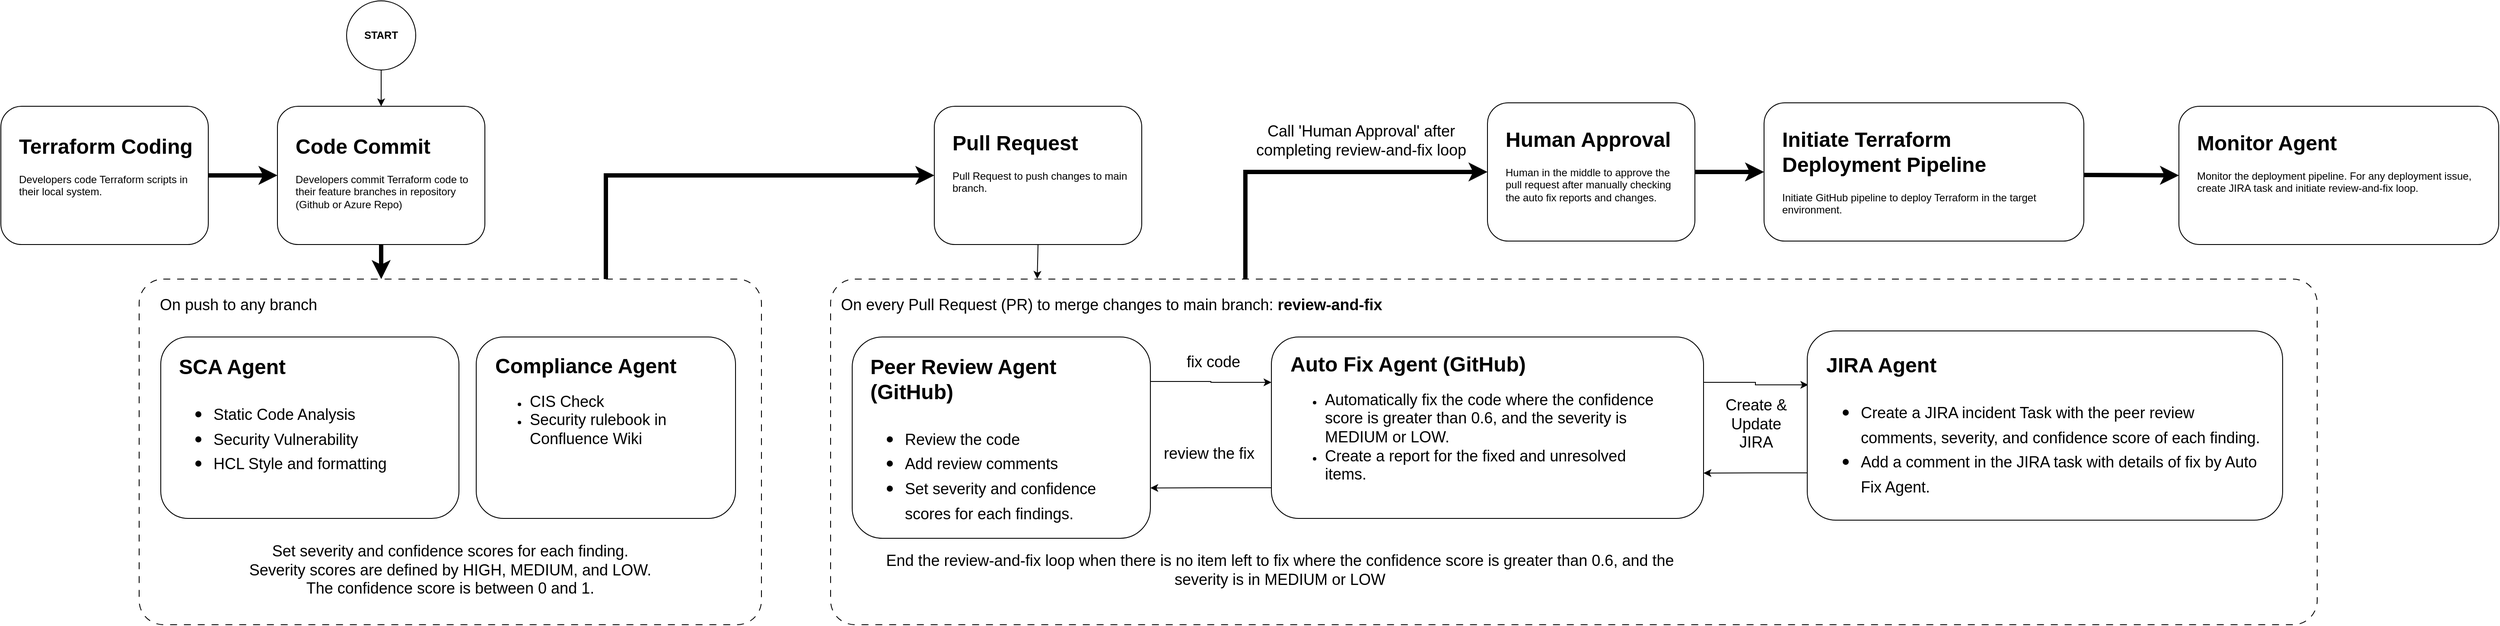
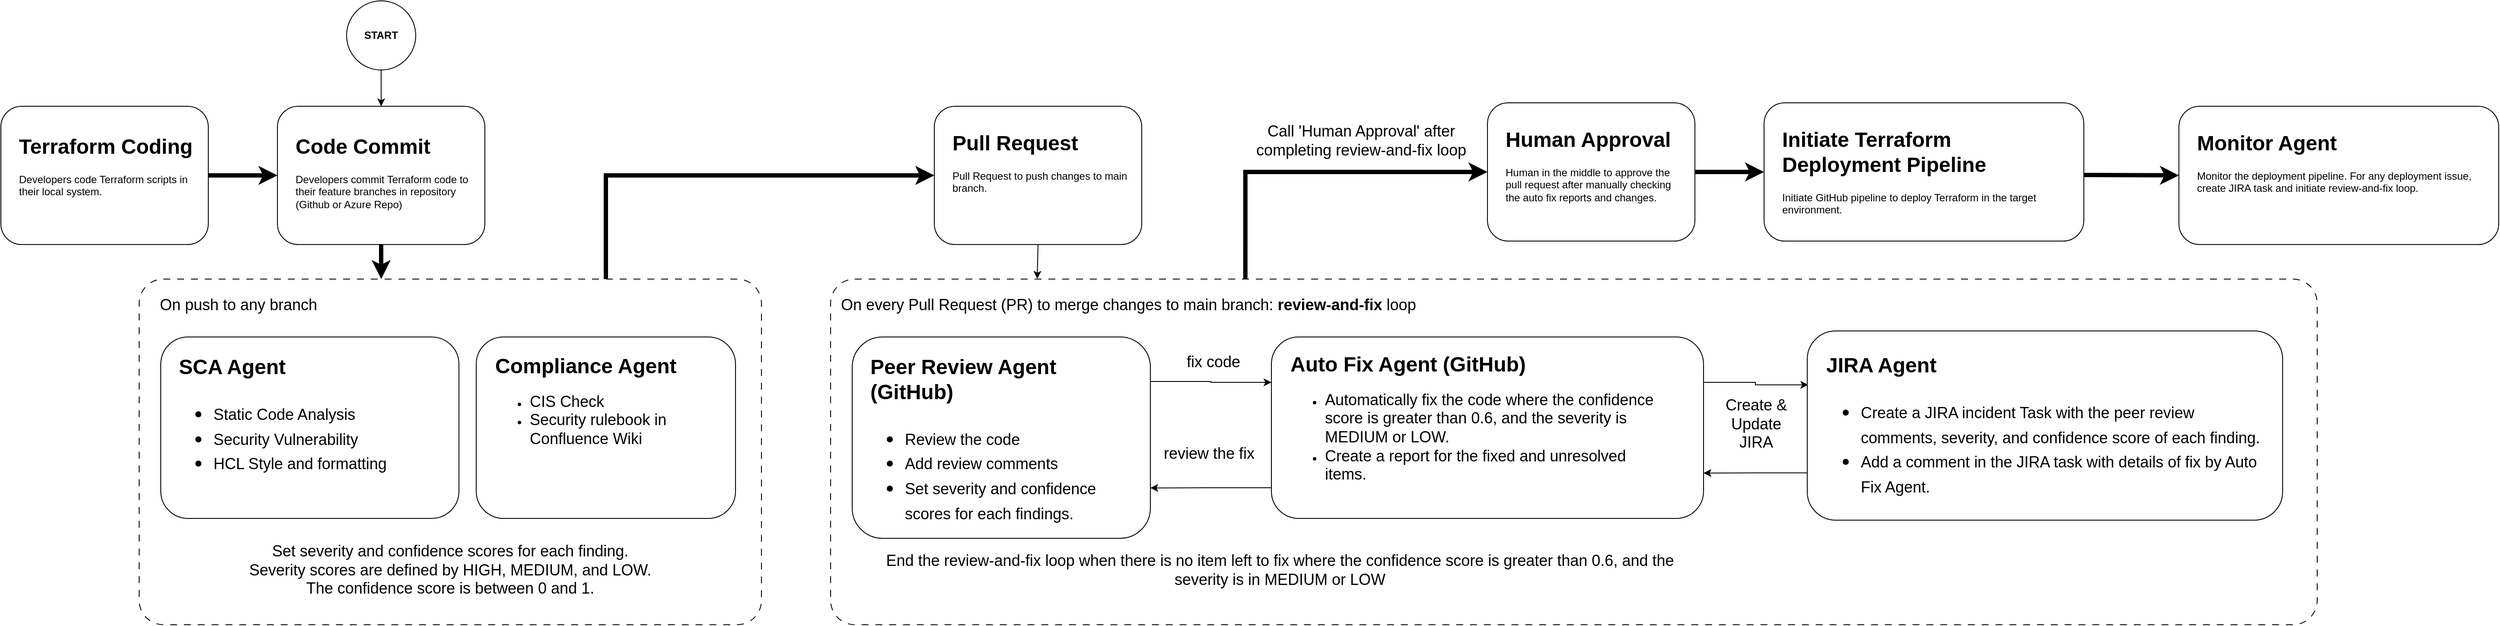
<mxfile host="app.diagrams.net">
  <diagram name="Page-1" id="llQ14HlxIDWXj9B5HY60">
    <mxGraphModel dx="1006" dy="638" grid="1" gridSize="10" guides="1" tooltips="1" connect="1" arrows="1" fold="1" page="1" pageScale="1" pageWidth="850" pageHeight="1100" math="0" shadow="0">
      <root>
        <mxCell id="0" />
        <mxCell id="1" parent="0" />
        <mxCell id="IWc9zJM8tDhvkjJ2dRjy-13" edge="1" parent="1" source="IWc9zJM8tDhvkjJ2dRjy-5" style="edgeStyle=orthogonalEdgeStyle;rounded=0;orthogonalLoop=1;jettySize=auto;html=1;entryX=0;entryY=0.5;entryDx=0;entryDy=0;exitX=0.75;exitY=0;exitDx=0;exitDy=0;strokeWidth=5;" target="IWc9zJM8tDhvkjJ2dRjy-1">
          <mxGeometry relative="1" as="geometry" />
        </mxCell>
        <mxCell id="oJW8UGhNAXkty13G2p3x-1" parent="1" style="rounded=1;whiteSpace=wrap;html=1;" value="" vertex="1">
          <mxGeometry height="160" width="240" x="440" y="200" as="geometry" />
        </mxCell>
        <mxCell id="oJW8UGhNAXkty13G2p3x-3" parent="1" style="text;html=1;whiteSpace=wrap;overflow=hidden;rounded=0;" value="&lt;h1 style=&quot;margin-top: 0px;&quot;&gt;Code Commit&lt;/h1&gt;&lt;p&gt;Developers commit Terraform code to their feature branches in repository (Github or Azure Repo)&lt;/p&gt;" vertex="1">
          <mxGeometry height="100" width="210" x="459" y="226" as="geometry" />
        </mxCell>
        <mxCell id="IWc9zJM8tDhvkjJ2dRjy-35" edge="1" parent="1" source="IWc9zJM8tDhvkjJ2dRjy-14" style="edgeStyle=orthogonalEdgeStyle;rounded=0;orthogonalLoop=1;jettySize=auto;html=1;entryX=0;entryY=0.5;entryDx=0;entryDy=0;exitX=0.279;exitY=0.025;exitDx=0;exitDy=0;exitPerimeter=0;strokeWidth=5;" target="IWc9zJM8tDhvkjJ2dRjy-33">
          <mxGeometry relative="1" as="geometry">
            <Array as="points">
              <mxPoint x="1560" y="276" />
            </Array>
          </mxGeometry>
        </mxCell>
        <mxCell id="IWc9zJM8tDhvkjJ2dRjy-1" parent="1" style="rounded=1;whiteSpace=wrap;html=1;" value="" vertex="1">
          <mxGeometry height="160" width="240" x="1200" y="200" as="geometry" />
        </mxCell>
        <mxCell id="IWc9zJM8tDhvkjJ2dRjy-2" parent="1" style="text;html=1;whiteSpace=wrap;overflow=hidden;rounded=0;" value="&lt;h1 style=&quot;margin-top: 0px;&quot;&gt;Pull Request&lt;/h1&gt;&lt;p&gt;Pull Request to push changes to main branch.&lt;/p&gt;" vertex="1">
          <mxGeometry height="100" width="210" x="1219" y="222" as="geometry" />
        </mxCell>
        <mxCell id="IWc9zJM8tDhvkjJ2dRjy-12" edge="1" parent="1" source="IWc9zJM8tDhvkjJ2dRjy-3" style="edgeStyle=orthogonalEdgeStyle;rounded=0;orthogonalLoop=1;jettySize=auto;html=1;exitX=1;exitY=0.5;exitDx=0;exitDy=0;entryX=0;entryY=0.5;entryDx=0;entryDy=0;strokeWidth=5;" target="oJW8UGhNAXkty13G2p3x-1">
          <mxGeometry relative="1" as="geometry" />
        </mxCell>
        <mxCell id="IWc9zJM8tDhvkjJ2dRjy-3" parent="1" style="rounded=1;whiteSpace=wrap;html=1;" value="" vertex="1">
          <mxGeometry height="160" width="240" x="120" y="200" as="geometry" />
        </mxCell>
        <mxCell id="IWc9zJM8tDhvkjJ2dRjy-4" parent="1" style="text;html=1;whiteSpace=wrap;overflow=hidden;rounded=0;" value="&lt;h1 style=&quot;margin-top: 0px;&quot;&gt;Terraform Coding&lt;/h1&gt;&lt;p&gt;Developers code Terraform scripts in their local system.&lt;/p&gt;" vertex="1">
          <mxGeometry height="100" width="210" x="139" y="226" as="geometry" />
        </mxCell>
        <mxCell id="IWc9zJM8tDhvkjJ2dRjy-5" parent="1" style="rounded=1;whiteSpace=wrap;html=1;arcSize=7;dashed=1;dashPattern=8 8;" value="" vertex="1">
          <mxGeometry height="400" width="720" x="280" y="400" as="geometry" />
        </mxCell>
        <mxCell id="IWc9zJM8tDhvkjJ2dRjy-6" parent="1" style="text;html=1;whiteSpace=wrap;strokeColor=none;fillColor=none;align=center;verticalAlign=middle;rounded=0;" value="&lt;font style=&quot;font-size: 18px;&quot;&gt;On push to any branch&lt;/font&gt;" vertex="1">
          <mxGeometry height="30" width="210" x="290" y="415" as="geometry" />
        </mxCell>
        <mxCell id="IWc9zJM8tDhvkjJ2dRjy-7" parent="1" style="rounded=1;whiteSpace=wrap;html=1;" value="" vertex="1">
          <mxGeometry height="210" width="345" x="305" y="467" as="geometry" />
        </mxCell>
        <mxCell id="IWc9zJM8tDhvkjJ2dRjy-8" parent="1" style="text;html=1;whiteSpace=wrap;overflow=hidden;rounded=0;" value="&lt;h1 style=&quot;margin-top: 0px;&quot;&gt;SCA Agent&lt;/h1&gt;&lt;h1 style=&quot;margin-top: 0px;&quot;&gt;&lt;p style=&quot;font-size: 12px; font-weight: 400;&quot;&gt;&lt;/p&gt;&lt;ul&gt;&lt;li&gt;&lt;span style=&quot;font-size: 18px; font-weight: normal;&quot;&gt;Static Code Analysis&lt;/span&gt;&lt;/li&gt;&lt;li&gt;&lt;span style=&quot;font-size: 18px; font-weight: normal;&quot;&gt;Security Vulnerability&lt;/span&gt;&lt;/li&gt;&lt;li&gt;&lt;span style=&quot;font-size: 18px; font-weight: normal;&quot;&gt;HCL Style and formatting&lt;/span&gt;&lt;/li&gt;&lt;/ul&gt;&lt;p&gt;&lt;/p&gt;&lt;/h1&gt;" vertex="1">
          <mxGeometry height="183" width="306" x="324" y="481" as="geometry" />
        </mxCell>
        <mxCell id="IWc9zJM8tDhvkjJ2dRjy-9" parent="1" style="rounded=1;whiteSpace=wrap;html=1;" value="" vertex="1">
          <mxGeometry height="210" width="300" x="670" y="467" as="geometry" />
        </mxCell>
        <mxCell id="IWc9zJM8tDhvkjJ2dRjy-10" parent="1" style="text;html=1;whiteSpace=wrap;overflow=hidden;rounded=0;" value="&lt;h1 style=&quot;margin-top: 0px;&quot;&gt;Compliance Agent&lt;/h1&gt;&lt;p&gt;&lt;/p&gt;&lt;ul&gt;&lt;li&gt;&lt;span style=&quot;font-size: 18px;&quot;&gt;CIS Check&lt;/span&gt;&lt;/li&gt;&lt;li&gt;&lt;span style=&quot;font-size: 18px;&quot;&gt;Security rulebook in Confluence Wiki&lt;/span&gt;&lt;/li&gt;&lt;/ul&gt;&lt;p&gt;&lt;/p&gt;" vertex="1">
          <mxGeometry height="180" width="269" x="690" y="480" as="geometry" />
        </mxCell>
        <mxCell id="IWc9zJM8tDhvkjJ2dRjy-11" edge="1" parent="1" source="oJW8UGhNAXkty13G2p3x-1" style="edgeStyle=orthogonalEdgeStyle;rounded=0;orthogonalLoop=1;jettySize=auto;html=1;exitX=0.5;exitY=1;exitDx=0;exitDy=0;entryX=0.389;entryY=0;entryDx=0;entryDy=0;entryPerimeter=0;strokeWidth=5;" target="IWc9zJM8tDhvkjJ2dRjy-5">
          <mxGeometry relative="1" as="geometry" />
        </mxCell>
        <mxCell id="IWc9zJM8tDhvkjJ2dRjy-14" parent="1" style="rounded=1;whiteSpace=wrap;html=1;arcSize=7;dashed=1;dashPattern=8 8;" value="" vertex="1">
          <mxGeometry height="400" width="1720" x="1080" y="400" as="geometry" />
        </mxCell>
-         <mxCell id="IWc9zJM8tDhvkjJ2dRjy-15" parent="1" style="text;html=1;whiteSpace=wrap;strokeColor=none;fillColor=none;align=left;verticalAlign=middle;rounded=0;" value="&lt;font style=&quot;font-size: 18px;&quot;&gt;On every Pull Request (PR) to merge changes to main branch: &lt;b&gt;review-and-fix&lt;/b&gt;&lt;/font&gt;" vertex="1">
+         <mxCell id="IWc9zJM8tDhvkjJ2dRjy-15" parent="1" style="text;html=1;whiteSpace=wrap;strokeColor=none;fillColor=none;align=left;verticalAlign=middle;rounded=0;" value="&lt;font style=&quot;font-size: 18px;&quot;&gt;On every Pull Request (PR) to merge changes to main branch: &lt;b&gt;review-and-fix &lt;/b&gt;loop&lt;/font&gt;" vertex="1">
          <mxGeometry height="30" width="740" x="1090" y="415" as="geometry" />
        </mxCell>
        <mxCell id="IWc9zJM8tDhvkjJ2dRjy-22" edge="1" parent="1" source="IWc9zJM8tDhvkjJ2dRjy-16" style="edgeStyle=orthogonalEdgeStyle;rounded=0;orthogonalLoop=1;jettySize=auto;html=1;exitX=1;exitY=0.221;exitDx=0;exitDy=0;entryX=0;entryY=0.25;entryDx=0;entryDy=0;exitPerimeter=0;" target="IWc9zJM8tDhvkjJ2dRjy-18">
          <mxGeometry relative="1" as="geometry" />
        </mxCell>
        <mxCell id="IWc9zJM8tDhvkjJ2dRjy-16" parent="1" style="rounded=1;whiteSpace=wrap;html=1;" value="" vertex="1">
          <mxGeometry height="233" width="345" x="1105" y="467" as="geometry" />
        </mxCell>
        <mxCell id="IWc9zJM8tDhvkjJ2dRjy-17" parent="1" style="text;html=1;whiteSpace=wrap;overflow=hidden;rounded=0;" value="&lt;h1 style=&quot;margin-top: 0px;&quot;&gt;Peer Review Agent (GitHub)&lt;/h1&gt;&lt;h1 style=&quot;margin-top: 0px;&quot;&gt;&lt;p style=&quot;font-size: 12px; font-weight: 400;&quot;&gt;&lt;/p&gt;&lt;ul&gt;&lt;li&gt;&lt;span style=&quot;font-size: 18px; font-weight: 400;&quot;&gt;Review the code&lt;/span&gt;&lt;/li&gt;&lt;li&gt;&lt;span style=&quot;font-size: 18px; font-weight: 400;&quot;&gt;Add review comments&lt;/span&gt;&lt;/li&gt;&lt;li&gt;&lt;span style=&quot;font-size: 18px; font-weight: 400;&quot;&gt;Set severity and confidence scores for each findings.&lt;/span&gt;&lt;/li&gt;&lt;/ul&gt;&lt;p&gt;&lt;/p&gt;&lt;/h1&gt;" vertex="1">
          <mxGeometry height="209" width="306" x="1124" y="481" as="geometry" />
        </mxCell>
        <mxCell id="IWc9zJM8tDhvkjJ2dRjy-23" edge="1" parent="1" source="IWc9zJM8tDhvkjJ2dRjy-18" style="edgeStyle=orthogonalEdgeStyle;rounded=0;orthogonalLoop=1;jettySize=auto;html=1;exitX=0;exitY=0.831;exitDx=0;exitDy=0;entryX=1;entryY=0.75;entryDx=0;entryDy=0;exitPerimeter=0;" target="IWc9zJM8tDhvkjJ2dRjy-16">
          <mxGeometry relative="1" as="geometry" />
        </mxCell>
        <mxCell id="IWc9zJM8tDhvkjJ2dRjy-31" edge="1" parent="1" source="IWc9zJM8tDhvkjJ2dRjy-18" style="edgeStyle=orthogonalEdgeStyle;rounded=0;orthogonalLoop=1;jettySize=auto;html=1;exitX=1;exitY=0.25;exitDx=0;exitDy=0;entryX=0.002;entryY=0.285;entryDx=0;entryDy=0;entryPerimeter=0;" target="IWc9zJM8tDhvkjJ2dRjy-27">
          <mxGeometry relative="1" as="geometry" />
        </mxCell>
        <mxCell id="IWc9zJM8tDhvkjJ2dRjy-18" parent="1" style="rounded=1;whiteSpace=wrap;html=1;" value="" vertex="1">
          <mxGeometry height="210" width="500" x="1590" y="467" as="geometry" />
        </mxCell>
        <mxCell id="IWc9zJM8tDhvkjJ2dRjy-19" parent="1" style="text;html=1;whiteSpace=wrap;overflow=hidden;rounded=0;" value="&lt;h1 style=&quot;margin-top: 0px;&quot;&gt;Auto Fix Agent (GitHub)&lt;/h1&gt;&lt;p&gt;&lt;/p&gt;&lt;ul&gt;&lt;li&gt;&lt;span style=&quot;font-size: 18px;&quot;&gt;Automatically fix the code where the confidence score is greater than 0.6, and the severity is MEDIUM or LOW.&amp;nbsp;&lt;/span&gt;&lt;/li&gt;&lt;li&gt;&lt;span style=&quot;font-size: 18px;&quot;&gt;Create a report for the fixed and unresolved items.&lt;/span&gt;&lt;/li&gt;&lt;/ul&gt;&lt;p&gt;&lt;/p&gt;" vertex="1">
          <mxGeometry height="192" width="440" x="1610" y="478" as="geometry" />
        </mxCell>
        <mxCell id="IWc9zJM8tDhvkjJ2dRjy-20" parent="1" style="text;whiteSpace=wrap;fontSize=18;align=center;" value="Set severity and confidence scores for each finding.&#xa;Severity scores are defined by HIGH, MEDIUM, and LOW.&#xa;The confidence score is between 0 and 1." vertex="1">
          <mxGeometry height="77" width="640" x="320" y="698" as="geometry" />
        </mxCell>
        <mxCell id="IWc9zJM8tDhvkjJ2dRjy-21" edge="1" parent="1" source="IWc9zJM8tDhvkjJ2dRjy-1" style="edgeStyle=orthogonalEdgeStyle;rounded=0;orthogonalLoop=1;jettySize=auto;html=1;exitX=0.5;exitY=1;exitDx=0;exitDy=0;entryX=0.139;entryY=-0.001;entryDx=0;entryDy=0;entryPerimeter=0;" target="IWc9zJM8tDhvkjJ2dRjy-14">
          <mxGeometry relative="1" as="geometry" />
        </mxCell>
        <mxCell id="IWc9zJM8tDhvkjJ2dRjy-24" parent="1" style="text;html=1;whiteSpace=wrap;strokeColor=none;fillColor=none;align=center;verticalAlign=middle;rounded=0;" value="&lt;font style=&quot;font-size: 18px;&quot;&gt;fix code&lt;/font&gt;" vertex="1">
          <mxGeometry height="30" width="82" x="1482" y="481" as="geometry" />
        </mxCell>
        <mxCell id="IWc9zJM8tDhvkjJ2dRjy-25" parent="1" style="text;html=1;whiteSpace=wrap;strokeColor=none;fillColor=none;align=center;verticalAlign=middle;rounded=0;" value="&lt;font style=&quot;font-size: 18px;&quot;&gt;review the fix&lt;/font&gt;" vertex="1">
          <mxGeometry height="30" width="120" x="1458" y="587" as="geometry" />
        </mxCell>
        <mxCell id="IWc9zJM8tDhvkjJ2dRjy-26" parent="1" style="text;html=1;whiteSpace=wrap;strokeColor=none;fillColor=none;align=center;verticalAlign=middle;rounded=0;" value="&lt;font style=&quot;font-size: 18px;&quot;&gt;End the review-and-fix loop when there is no item left to fix where the confidence score is greater than 0.6, and the severity is in MEDIUM or LOW&lt;/font&gt;" vertex="1">
          <mxGeometry height="50" width="980" x="1110" y="711.5" as="geometry" />
        </mxCell>
        <mxCell id="IWc9zJM8tDhvkjJ2dRjy-30" edge="1" parent="1" source="IWc9zJM8tDhvkjJ2dRjy-27" style="edgeStyle=orthogonalEdgeStyle;rounded=0;orthogonalLoop=1;jettySize=auto;html=1;exitX=0;exitY=0.75;exitDx=0;exitDy=0;entryX=1;entryY=0.75;entryDx=0;entryDy=0;" target="IWc9zJM8tDhvkjJ2dRjy-18">
          <mxGeometry relative="1" as="geometry" />
        </mxCell>
        <mxCell id="IWc9zJM8tDhvkjJ2dRjy-27" parent="1" style="rounded=1;whiteSpace=wrap;html=1;" value="" vertex="1">
          <mxGeometry height="219" width="550" x="2210" y="460" as="geometry" />
        </mxCell>
        <mxCell id="IWc9zJM8tDhvkjJ2dRjy-28" parent="1" style="text;html=1;whiteSpace=wrap;overflow=hidden;rounded=0;" value="&lt;h1 style=&quot;margin-top: 0px;&quot;&gt;JIRA Agent&lt;/h1&gt;&lt;h1 style=&quot;margin-top: 0px;&quot;&gt;&lt;p style=&quot;font-size: 12px; font-weight: 400;&quot;&gt;&lt;/p&gt;&lt;ul&gt;&lt;li&gt;&lt;span style=&quot;font-size: 18px; font-weight: 400;&quot;&gt;Create a JIRA incident Task with the peer review comments, severity, and confidence score of each finding.&lt;/span&gt;&lt;/li&gt;&lt;li&gt;&lt;span style=&quot;font-size: 18px; font-weight: 400;&quot;&gt;Add a comment in the JIRA task with details of fix by Auto Fix Agent.&lt;/span&gt;&lt;/li&gt;&lt;/ul&gt;&lt;p&gt;&lt;/p&gt;&lt;/h1&gt;" vertex="1">
          <mxGeometry height="191" width="510" x="2230" y="479" as="geometry" />
        </mxCell>
        <mxCell id="IWc9zJM8tDhvkjJ2dRjy-32" parent="1" style="text;html=1;whiteSpace=wrap;strokeColor=none;fillColor=none;align=center;verticalAlign=middle;rounded=0;" value="&lt;font style=&quot;font-size: 18px;&quot;&gt;Create &amp;amp; Update JIRA&lt;/font&gt;" vertex="1">
          <mxGeometry height="57.5" width="102" x="2100" y="539" as="geometry" />
        </mxCell>
        <mxCell id="IWc9zJM8tDhvkjJ2dRjy-39" edge="1" parent="1" source="IWc9zJM8tDhvkjJ2dRjy-33" style="edgeStyle=orthogonalEdgeStyle;rounded=0;orthogonalLoop=1;jettySize=auto;html=1;exitX=1;exitY=0.5;exitDx=0;exitDy=0;entryX=0;entryY=0.5;entryDx=0;entryDy=0;strokeWidth=5;" target="IWc9zJM8tDhvkjJ2dRjy-37">
          <mxGeometry relative="1" as="geometry" />
        </mxCell>
        <mxCell id="IWc9zJM8tDhvkjJ2dRjy-33" parent="1" style="rounded=1;whiteSpace=wrap;html=1;" value="" vertex="1">
          <mxGeometry height="160" width="240" x="1840" y="196" as="geometry" />
        </mxCell>
        <mxCell id="IWc9zJM8tDhvkjJ2dRjy-34" parent="1" style="text;html=1;whiteSpace=wrap;overflow=hidden;rounded=0;" value="&lt;h1 style=&quot;margin-top: 0px;&quot;&gt;Human Approval&lt;/h1&gt;&lt;p&gt;Human in the middle to approve the pull request after manually checking the auto fix reports and changes.&amp;nbsp;&lt;/p&gt;" vertex="1">
          <mxGeometry height="100" width="210" x="1859" y="218" as="geometry" />
        </mxCell>
        <mxCell id="IWc9zJM8tDhvkjJ2dRjy-36" parent="1" style="text;html=1;whiteSpace=wrap;strokeColor=none;fillColor=none;align=center;verticalAlign=middle;rounded=0;" value="&lt;font style=&quot;font-size: 18px;&quot;&gt;Call &#39;Human Approval&#39; after completing review-and-fix loop&lt;/font&gt;" vertex="1">
          <mxGeometry height="60" width="248" x="1570" y="210" as="geometry" />
        </mxCell>
        <mxCell id="IWc9zJM8tDhvkjJ2dRjy-37" parent="1" style="rounded=1;whiteSpace=wrap;html=1;" value="" vertex="1">
          <mxGeometry height="160" width="370" x="2160" y="196" as="geometry" />
        </mxCell>
        <mxCell id="IWc9zJM8tDhvkjJ2dRjy-38" parent="1" style="text;html=1;whiteSpace=wrap;overflow=hidden;rounded=0;" value="&lt;h1 style=&quot;margin-top: 0px;&quot;&gt;Initiate Terraform Deployment Pipeline&lt;/h1&gt;&lt;p&gt;Initiate GitHub pipeline to deploy Terraform in the target environment.&amp;nbsp;&amp;nbsp;&lt;/p&gt;" vertex="1">
          <mxGeometry height="112" width="341" x="2179" y="218" as="geometry" />
        </mxCell>
        <mxCell id="IWc9zJM8tDhvkjJ2dRjy-41" edge="1" parent="1" source="IWc9zJM8tDhvkjJ2dRjy-40" style="edgeStyle=orthogonalEdgeStyle;rounded=0;orthogonalLoop=1;jettySize=auto;html=1;exitX=0.5;exitY=1;exitDx=0;exitDy=0;entryX=0.5;entryY=0;entryDx=0;entryDy=0;" target="oJW8UGhNAXkty13G2p3x-1">
          <mxGeometry relative="1" as="geometry" />
        </mxCell>
        <mxCell id="IWc9zJM8tDhvkjJ2dRjy-40" parent="1" style="ellipse;whiteSpace=wrap;html=1;aspect=fixed;fontStyle=1" value="START" vertex="1">
          <mxGeometry height="80" width="80" x="520" y="78" as="geometry" />
        </mxCell>
        <mxCell id="IWc9zJM8tDhvkjJ2dRjy-42" parent="1" style="rounded=1;whiteSpace=wrap;html=1;" value="" vertex="1">
          <mxGeometry height="160" width="370" x="2640" y="200" as="geometry" />
        </mxCell>
        <mxCell id="IWc9zJM8tDhvkjJ2dRjy-43" parent="1" style="text;html=1;whiteSpace=wrap;overflow=hidden;rounded=0;" value="&lt;h1 style=&quot;margin-top: 0px;&quot;&gt;Monitor Agent&lt;/h1&gt;&lt;p&gt;Monitor the deployment pipeline.&amp;nbsp;&lt;span style=&quot;background-color: transparent; color: light-dark(rgb(0, 0, 0), rgb(255, 255, 255));&quot;&gt;F&lt;/span&gt;&lt;span style=&quot;background-color: transparent; color: light-dark(rgb(0, 0, 0), rgb(255, 255, 255));&quot;&gt;or any deployment issue, create JIRA task and initiate review-and-fix loop.&lt;/span&gt;&lt;/p&gt;" vertex="1">
          <mxGeometry height="112" width="341" x="2659" y="222" as="geometry" />
        </mxCell>
        <mxCell id="IWc9zJM8tDhvkjJ2dRjy-44" edge="1" parent="1" style="edgeStyle=orthogonalEdgeStyle;rounded=0;orthogonalLoop=1;jettySize=auto;html=1;exitX=1;exitY=0.5;exitDx=0;exitDy=0;entryX=0;entryY=0.5;entryDx=0;entryDy=0;strokeWidth=5;" target="IWc9zJM8tDhvkjJ2dRjy-42">
          <mxGeometry relative="1" as="geometry">
            <mxPoint x="2530" y="279.5" as="sourcePoint" />
            <mxPoint x="2610" y="279.5" as="targetPoint" />
          </mxGeometry>
        </mxCell>
      </root>
    </mxGraphModel>
  </diagram>
</mxfile>
